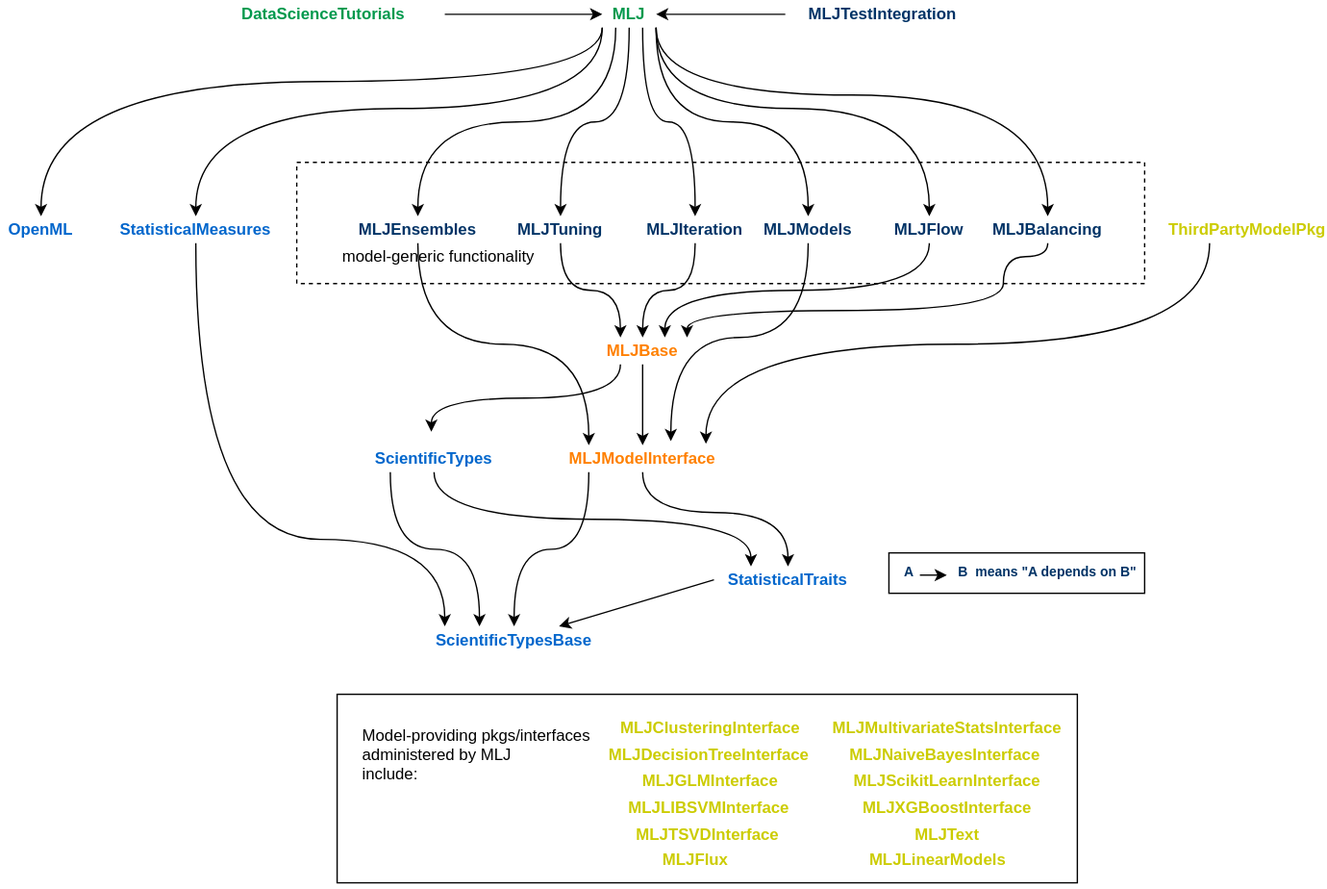
JuliaAI/MLJ.jl keeps this draw.io diagram as material/MLJ_stack.svg. Above is the earlier version. Source tidied: cells renumbered, new cells last; positions are measured from the earlier drawing's top-left corner, leaving out a move shared by most shapes.
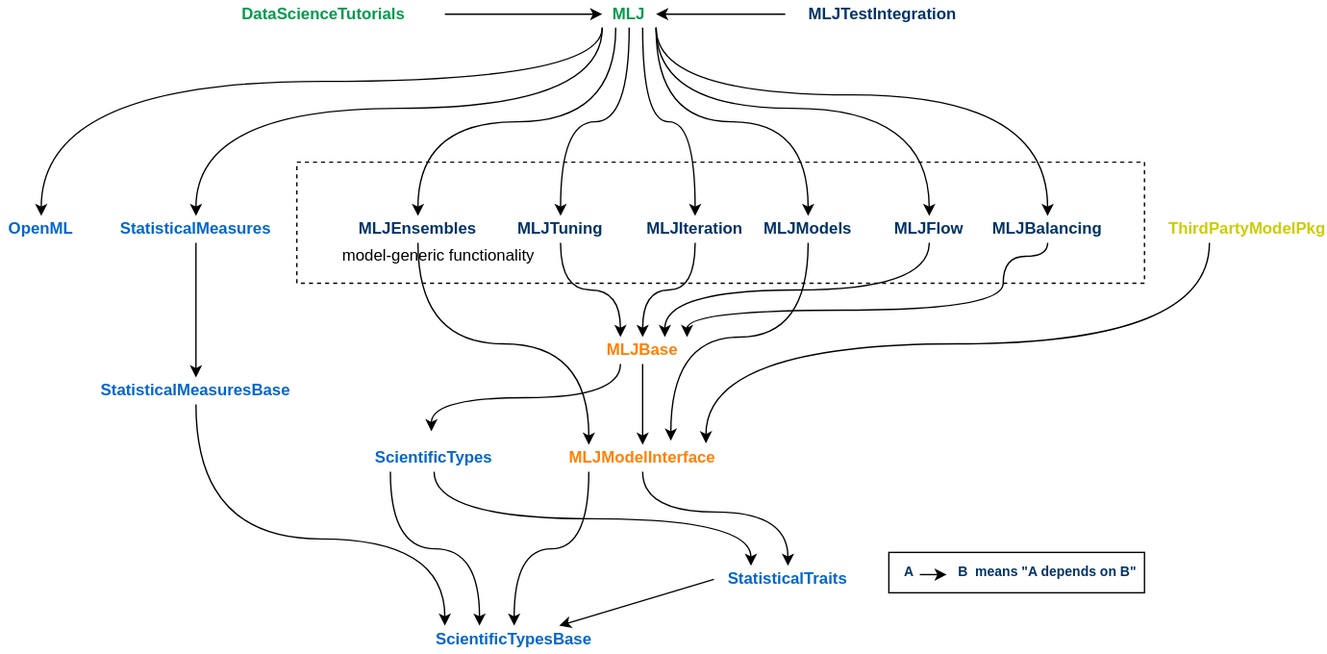
The same file after the commit.

Commit message:
update the SCG version of the pkg dependency graphic

Diff of the diagram source:
```diff
@@ -2,9 +2,6 @@
   <root>
     <mxCell id="0" />
     <mxCell id="1" parent="0" />
-    <mxCell id="2" style="rounded=0;whiteSpace=wrap;html=1;align=left;" parent="1" vertex="1">
-      <mxGeometry x="250" y="515" width="550" height="140" as="geometry" />
-    </mxCell>
     <mxCell id="3" style="rounded=0;whiteSpace=wrap;html=1;fillColor=none;dashed=1;strokeColor=#000000;" parent="1" vertex="1">
       <mxGeometry x="220" y="120" width="630" height="90" as="geometry" />
     </mxCell>
@@ -96,14 +93,18 @@
     <mxCell id="25" value="&lt;b&gt;&lt;font color=&quot;#00994d&quot;&gt;MLJ&lt;/font&gt;&lt;/b&gt;" style="text;html=1;strokeColor=none;fillColor=none;align=center;verticalAlign=middle;whiteSpace=wrap;rounded=0;comic=1;" parent="1" vertex="1">
       <mxGeometry x="447" width="40" height="20" as="geometry" />
     </mxCell>
-    <mxCell id="26" style="edgeStyle=orthogonalEdgeStyle;curved=1;rounded=0;jettySize=auto;html=1;entryX=0;entryY=0;entryDx=0;entryDy=0;exitX=0.5;exitY=1;exitDx=0;exitDy=0;" parent="1" edge="1" source="27" target="5">
+    <mxCell id="26" style="edgeStyle=orthogonalEdgeStyle;curved=1;rounded=0;jettySize=auto;html=1;entryX=0;entryY=0;entryDx=0;entryDy=0;" parent="1" edge="1" target="5">
       <mxGeometry relative="1" as="geometry">
+        <mxPoint x="145" y="300" as="sourcePoint" />
         <Array as="points">
           <mxPoint x="145" y="400" />
           <mxPoint x="330" y="400" />
         </Array>
       </mxGeometry>
     </mxCell>
+    <mxCell id="66" style="edgeStyle=orthogonalEdgeStyle;rounded=0;jettySize=auto;html=1;exitX=0.5;exitY=1;exitDx=0;exitDy=0;entryX=0.5;entryY=0;entryDx=0;entryDy=0;" parent="1" edge="1" source="27" target="67">
+      <mxGeometry relative="1" as="geometry" />
+    </mxCell>
     <mxCell id="27" value="&lt;b&gt;&lt;font color=&quot;#0066cc&quot;&gt;StatisticalMeasures&lt;/font&gt;&lt;/b&gt;" style="text;html=1;strokeColor=none;fillColor=none;align=center;verticalAlign=middle;whiteSpace=wrap;rounded=0;comic=1;" parent="1" vertex="1">
       <mxGeometry x="80" y="160" width="130" height="20" as="geometry" />
     </mxCell>
@@ -174,39 +175,6 @@
     <mxCell id="45" value="&lt;b&gt;&lt;font color=&quot;#003366&quot;&gt;MLJModels&lt;/font&gt;&lt;/b&gt;" style="text;html=1;strokeColor=none;fillColor=none;align=center;verticalAlign=middle;whiteSpace=wrap;rounded=0;comic=1;" parent="1" vertex="1">
       <mxGeometry x="550" y="160" width="100" height="20" as="geometry" />
     </mxCell>
-    <mxCell id="46" value="&lt;font color=&quot;#cccc00&quot;&gt;&lt;b&gt;MLJClusteringInterface&lt;/b&gt;&lt;/font&gt;" style="text;html=1;strokeColor=none;fillColor=none;align=center;verticalAlign=middle;whiteSpace=wrap;rounded=0;comic=1;" parent="1" vertex="1">
-      <mxGeometry x="470.5" y="530" width="113" height="20" as="geometry" />
-    </mxCell>
-    <mxCell id="47" value="&lt;font color=&quot;#cccc00&quot;&gt;&lt;b&gt;MLJDecisionTreeInterface&lt;/b&gt;&lt;/font&gt;" style="text;html=1;strokeColor=none;fillColor=none;align=center;verticalAlign=middle;whiteSpace=wrap;rounded=0;comic=1;" parent="1" vertex="1">
-      <mxGeometry x="470" y="550" width="113" height="20" as="geometry" />
-    </mxCell>
-    <mxCell id="48" value="&lt;font color=&quot;#cccc00&quot;&gt;&lt;b&gt;MLJGLMInterface&lt;/b&gt;&lt;/font&gt;" style="text;html=1;strokeColor=none;fillColor=none;align=center;verticalAlign=middle;whiteSpace=wrap;rounded=0;comic=1;" parent="1" vertex="1">
-      <mxGeometry x="470.5" y="570" width="113" height="20" as="geometry" />
-    </mxCell>
-    <mxCell id="49" value="&lt;font color=&quot;#cccc00&quot;&gt;&lt;b&gt;MLJLIBSVMInterface&lt;/b&gt;&lt;/font&gt;" style="text;html=1;strokeColor=none;fillColor=none;align=center;verticalAlign=middle;whiteSpace=wrap;rounded=0;comic=1;" parent="1" vertex="1">
-      <mxGeometry x="470" y="590" width="113" height="20" as="geometry" />
-    </mxCell>
-    <mxCell id="50" value="&lt;font color=&quot;#cccc00&quot;&gt;&lt;b&gt;MLJMultivariateStatsInterface&lt;/b&gt;&lt;/font&gt;" style="text;html=1;strokeColor=none;fillColor=none;align=center;verticalAlign=middle;whiteSpace=wrap;rounded=0;comic=1;" parent="1" vertex="1">
-      <mxGeometry x="646.5" y="530" width="113" height="20" as="geometry" />
-    </mxCell>
-    <mxCell id="51" value="&lt;font color=&quot;#cccc00&quot;&gt;&lt;b&gt;MLJNaiveBayesInterface&amp;nbsp;&lt;/b&gt;&lt;/font&gt;" style="text;html=1;strokeColor=none;fillColor=none;align=center;verticalAlign=middle;whiteSpace=wrap;rounded=0;comic=1;" parent="1" vertex="1">
-      <mxGeometry x="646.5" y="550" width="113" height="20" as="geometry" />
-    </mxCell>
-    <mxCell id="52" value="&lt;font color=&quot;#cccc00&quot;&gt;&lt;b&gt;MLJScikitLearnInterface&lt;/b&gt;&lt;/font&gt;" style="text;html=1;strokeColor=none;fillColor=none;align=center;verticalAlign=middle;whiteSpace=wrap;rounded=0;comic=1;" parent="1" vertex="1">
-      <mxGeometry x="646.5" y="570" width="113" height="20" as="geometry" />
-    </mxCell>
-    <mxCell id="53" value="&lt;font color=&quot;#cccc00&quot;&gt;&lt;b&gt;MLJXGBoostInterface&lt;/b&gt;&lt;/font&gt;" style="text;html=1;strokeColor=none;fillColor=none;align=center;verticalAlign=middle;whiteSpace=wrap;rounded=0;comic=1;" parent="1" vertex="1">
-      <mxGeometry x="646.5" y="590" width="113" height="20" as="geometry" />
-    </mxCell>
-    <mxCell id="54" value="Model-providing pkgs/interfaces&lt;br&gt;&lt;div&gt;&lt;span&gt;administered by MLJ&lt;/span&gt;&lt;/div&gt;&lt;div&gt;&lt;span&gt;include:&lt;/span&gt;&lt;/div&gt;" style="text;html=1;align=left;verticalAlign=middle;" parent="1" vertex="1">
-      <mxGeometry x="267" y="535" width="180" height="50" as="geometry" />
-    </mxCell>
-    <mxCell id="55" value="&lt;font color=&quot;#cccc00&quot;&gt;&lt;b&gt;MLJTSVDInterface&lt;/b&gt;&lt;/font&gt;" style="text;html=1;strokeColor=none;fillColor=none;align=center;verticalAlign=middle;whiteSpace=wrap;rounded=0;comic=1;" parent="1" vertex="1">
-      <mxGeometry x="468.5" y="610" width="113" height="20" as="geometry" />
-    </mxCell>
-    <mxCell id="56" value="&lt;font color=&quot;#cccc00&quot;&gt;&lt;b&gt;MLJText&lt;/b&gt;&lt;/font&gt;" style="text;html=1;strokeColor=none;fillColor=none;align=center;verticalAlign=middle;whiteSpace=wrap;rounded=0;comic=1;" parent="1" vertex="1">
-      <mxGeometry x="646.5" y="610" width="113" height="20" as="geometry" />
-    </mxCell>
     <mxCell id="57" style="edgeStyle=orthogonalEdgeStyle;rounded=0;jettySize=auto;html=1;entryX=1;entryY=0.5;entryDx=0;entryDy=0;" parent="1" edge="1" source="58" target="25">
       <mxGeometry relative="1" as="geometry" />
     </mxCell>
@@ -216,12 +184,6 @@
     <mxCell id="59" value="&lt;font color=&quot;#0066cc&quot;&gt;&lt;b&gt;OpenML&lt;/b&gt;&lt;/font&gt;" style="text;html=1;strokeColor=none;fillColor=none;align=center;verticalAlign=middle;whiteSpace=wrap;rounded=0;comic=1;" parent="1" vertex="1">
       <mxGeometry y="160" width="60" height="20" as="geometry" />
     </mxCell>
-    <mxCell id="60" value="&lt;font color=&quot;#cccc00&quot;&gt;&lt;b&gt;MLJFlux&lt;br&gt;&lt;br&gt;&lt;/b&gt;&lt;/font&gt;" style="text;html=1;strokeColor=none;fillColor=none;align=center;verticalAlign=middle;whiteSpace=wrap;rounded=0;comic=1;" parent="1" vertex="1">
-      <mxGeometry x="459.5" y="635" width="113" height="20" as="geometry" />
-    </mxCell>
-    <mxCell id="61" value="&lt;font color=&quot;#cccc00&quot;&gt;&lt;b&gt;MLJLinearModels&lt;br&gt;&lt;br&gt;&lt;/b&gt;&lt;/font&gt;" style="text;html=1;strokeColor=none;fillColor=none;align=center;verticalAlign=middle;whiteSpace=wrap;rounded=0;comic=1;" parent="1" vertex="1">
-      <mxGeometry x="640" y="635" width="113" height="20" as="geometry" />
-    </mxCell>
     <mxCell id="62" style="edgeStyle=orthogonalEdgeStyle;curved=1;rounded=0;jettySize=auto;html=1;exitX=0.5;exitY=1;exitDx=0;exitDy=0;entryX=0.75;entryY=0;entryDx=0;entryDy=0;" parent="1" edge="1" source="63" target="10">
       <mxGeometry relative="1" as="geometry" />
     </mxCell>
@@ -241,5 +203,8 @@
     <mxCell id="65" value="&lt;b&gt;&lt;font color=&quot;#003366&quot;&gt;MLJBalancing&lt;/font&gt;&lt;/b&gt;" style="text;html=1;strokeColor=none;fillColor=none;align=center;verticalAlign=middle;whiteSpace=wrap;rounded=0;comic=1;" parent="1" vertex="1">
       <mxGeometry x="728" y="160" width="100" height="20" as="geometry" />
     </mxCell>
+    <mxCell id="67" value="&lt;b&gt;&lt;font color=&quot;#0066cc&quot;&gt;StatisticalMeasuresBase&lt;br&gt;&lt;/font&gt;&lt;/b&gt;" style="text;html=1;strokeColor=none;fillColor=none;align=center;verticalAlign=middle;whiteSpace=wrap;rounded=0;comic=1;" parent="1" vertex="1">
+      <mxGeometry x="80" y="280" width="130" height="20" as="geometry" />
+    </mxCell>
   </root>
 </mxGraphModel>
```
